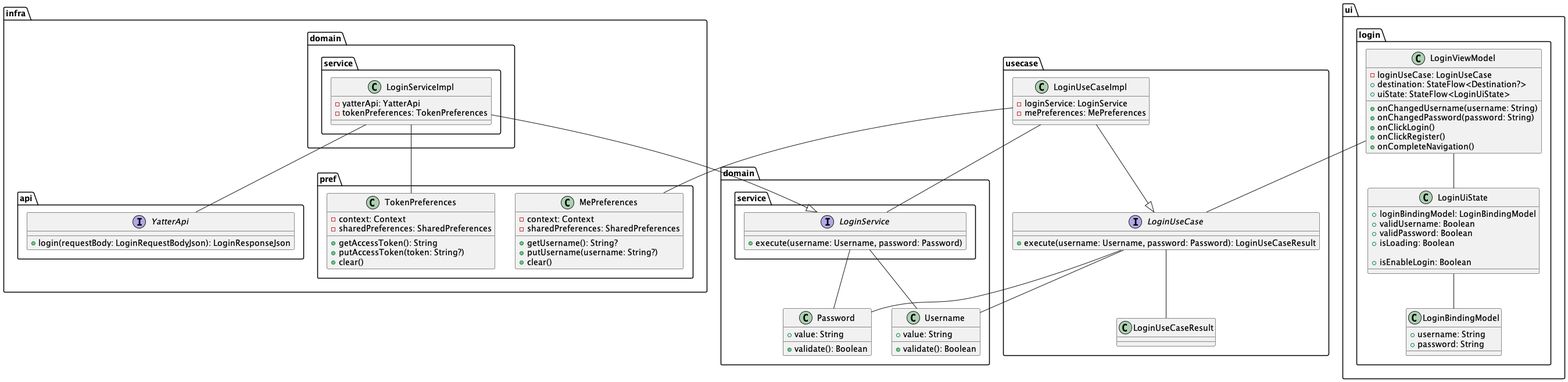
Above: Yatter/image/3/login_class.png in suzukibelltree/Yatter2025-Internship (PlantUML), before the change.
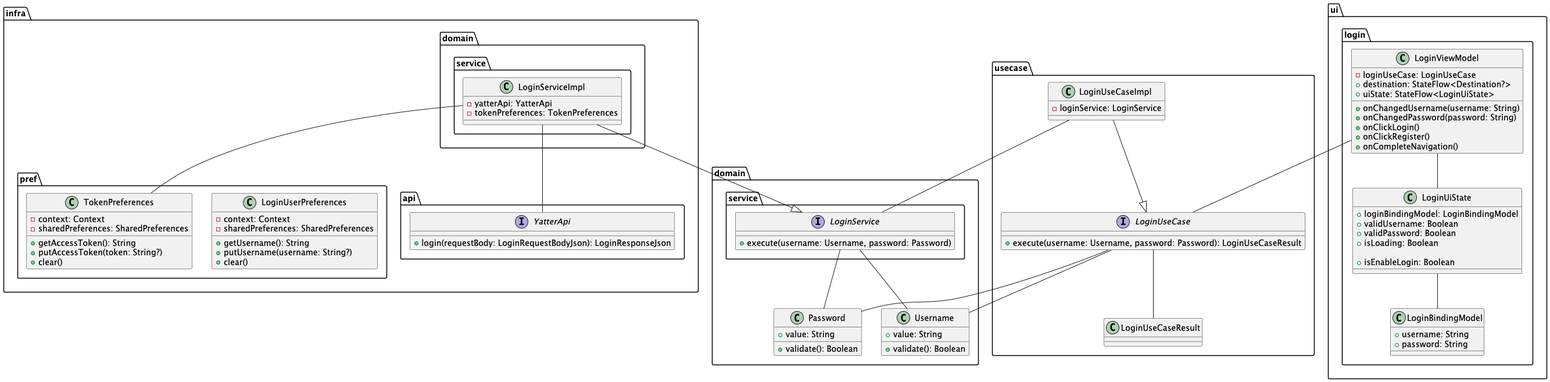
The same diagram one commit later.

The edit, as a diff of the source:
```diff
@@ -27,10 +27,11 @@
       + putAccessToken(token: String?)
       + clear()
     }
-    class MePreferences {
+
+    class LoginUserPreferences {
       - context: Context
       - sharedPreferences: SharedPreferences
-      + getUsername(): String?
+      + getUsername(): String
       + putUsername(username: String?)
       + clear()
     }
@@ -59,7 +60,6 @@
 
   class LoginUseCaseImpl {
     - loginService: LoginService
-    - mePreferences: MePreferences
   }
 
   class LoginUseCaseResult {
@@ -103,7 +103,6 @@
 LoginUiState -- LoginBindingModel
 
 LoginUseCaseImpl -- LoginService
-LoginUseCaseImpl -- MePreferences
 LoginUseCaseImpl --|> LoginUseCase
 
 LoginUseCase -- LoginUseCaseResult
```
